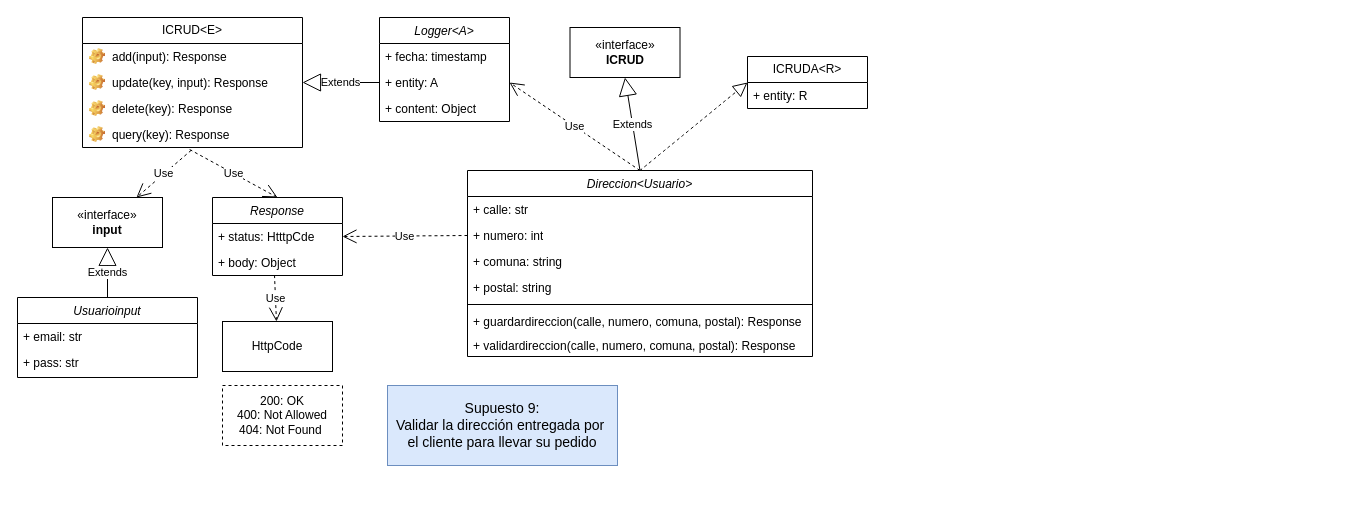
Before: Front-End_Sprint/DiagramaSupuesto9.drawio in Giggin-html/dwm4, a draw.io diagram. Source tidied: cells renumbered, new cells numbered last; positions are measured from the earlier drawing's top-left corner, leaving out a move shared by most shapes. Both pictures are drawn from the tidied source at 100%, with x=0, y=0 at pixel (17, 17).
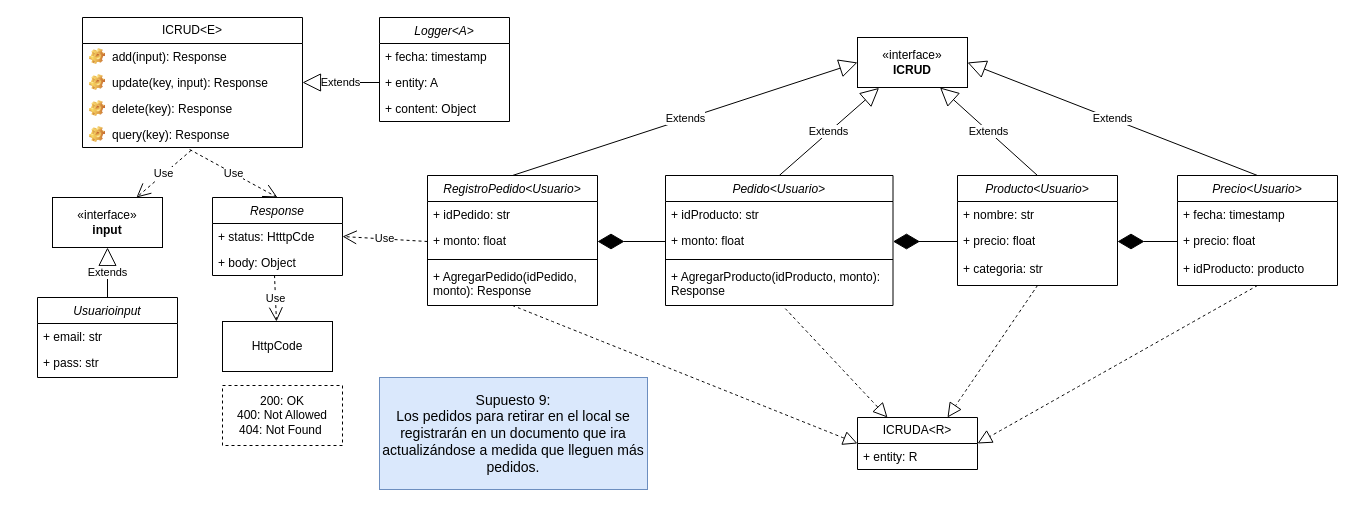
After the change.

The change refers to these unchanged cells:
```xml
<mxCell id="22" value="+ status: HtttpCde" style="text;strokeColor=none;fillColor=none;align=left;verticalAlign=top;spacingLeft=4;spacingRight=4;overflow=hidden;points=[[0,0.5],[1,0.5]];portConstraint=eastwest;whiteSpace=wrap;html=1;" parent="21" vertex="1">
  <mxGeometry y="26" width="130" height="26" as="geometry" />
</mxCell>
<mxCell id="34" value="+ entity: A" style="text;strokeColor=none;fillColor=none;align=left;verticalAlign=top;spacingLeft=4;spacingRight=4;overflow=hidden;points=[[0,0.5],[1,0.5]];portConstraint=eastwest;whiteSpace=wrap;html=1;" parent="32" vertex="1">
  <mxGeometry y="52" width="130" height="26" as="geometry" />
</mxCell>
```

The edit, as a diff of the source:
```diff
@@
-    <mxCell id="2" value="Direccion&lt;Usuario&gt;" style="swimlane;fontStyle=2;align=center;verticalAlign=top;horizontal=1;startSize=26;rounded=0;shadow=0;strokeWidth=1;" parent="1" vertex="1">
-      <mxGeometry x="450" y="153" width="345" height="186" as="geometry" />
-    </mxCell>
-    <mxCell id="3" value="+ calle: str" style="text;strokeColor=none;fillColor=none;align=left;verticalAlign=top;spacingLeft=4;spacingRight=4;overflow=hidden;whiteSpace=wrap;html=1;" parent="2" vertex="1">
-      <mxGeometry y="26" width="345" height="26" as="geometry" />
-    </mxCell>
-    <mxCell id="4" value="+ numero: int" style="text;strokeColor=none;fillColor=none;align=left;verticalAlign=top;spacingLeft=4;spacingRight=4;overflow=hidden;points=[[0,0.5],[1,0.5]];portConstraint=eastwest;whiteSpace=wrap;html=1;" parent="2" vertex="1">
-      <mxGeometry y="52" width="345" height="26" as="geometry" />
-    </mxCell>
-    <mxCell id="5" value="+ comuna: string" style="text;strokeColor=none;fillColor=none;align=left;verticalAlign=top;spacingLeft=4;spacingRight=4;overflow=hidden;whiteSpace=wrap;html=1;" parent="2" vertex="1">
-      <mxGeometry y="78" width="345" height="26" as="geometry" />
-    </mxCell>
-    <mxCell id="6" value="+ postal: string" style="text;strokeColor=none;fillColor=none;align=left;verticalAlign=top;spacingLeft=4;spacingRight=4;overflow=hidden;whiteSpace=wrap;html=1;" parent="2" vertex="1">
-      <mxGeometry y="104" width="345" height="26" as="geometry" />
-    </mxCell>
-    <mxCell id="7" style="line;html=1;strokeWidth=1;align=left;verticalAlign=middle;spacingTop=-1;spacingLeft=3;spacingRight=3;labelPosition=right;" parent="2" vertex="1">
-      <mxGeometry y="130" width="345" height="8" as="geometry" />
-    </mxCell>
-    <mxCell id="8" value="+ guardardireccion(calle, numero, comuna, postal): Response" style="text;strokeColor=none;fillColor=none;align=left;verticalAlign=top;spacingLeft=4;spacingRight=4;overflow=hidden;whiteSpace=wrap;html=1;" parent="2" vertex="1">
-      <mxGeometry y="138" width="345" height="24" as="geometry" />
-    </mxCell>
-    <mxCell id="9" value="+ validardireccion(calle, numero, comuna, postal): Response" style="text;strokeColor=none;fillColor=none;align=left;verticalAlign=top;spacingLeft=4;spacingRight=4;overflow=hidden;whiteSpace=wrap;html=1;" parent="2" vertex="1">
-      <mxGeometry y="162" width="345" height="24" as="geometry" />
-    </mxCell>
+    <mxCell id="30" value="&lt;font style=&quot;font-size: 14px;&quot;&gt;&amp;nbsp;Supuesto 9:&amp;nbsp;&lt;/font&gt;&lt;div&gt;&lt;span style=&quot;font-size: 14px;&quot;&gt;Los pedidos para retirar en el local se registrarán en un documento que ira&lt;/span&gt;&lt;br style=&quot;font-size: 14px;&quot;&gt;&lt;span style=&quot;font-size: 14px;&quot;&gt;actualizándose a medida que lleguen más pedidos.&lt;/span&gt;&lt;/div&gt;" style="html=1;whiteSpace=wrap;fillColor=#dae8fc;strokeColor=#6c8ebf;" parent="1" vertex="1">
+      <mxGeometry x="362" y="360" width="268" height="112" as="geometry" />
+    </mxCell>
@@
     <mxCell id="17" value="Usuarioinput" style="swimlane;fontStyle=2;align=center;verticalAlign=top;horizontal=1;startSize=26;rounded=0;shadow=0;strokeWidth=1;" parent="1" vertex="1">
-      <mxGeometry y="280" width="180" height="80" as="geometry" />
+      <mxGeometry x="20" y="280" width="140" height="80" as="geometry" />
     </mxCell>
     <mxCell id="18" value="+ email: str" style="text;strokeColor=none;fillColor=none;align=left;verticalAlign=top;spacingLeft=4;spacingRight=4;overflow=hidden;whiteSpace=wrap;html=1;" parent="17" vertex="1">
-      <mxGeometry y="26" width="180" height="26" as="geometry" />
+      <mxGeometry y="26" width="140" height="26" as="geometry" />
     </mxCell>
     <mxCell id="19" value="+ pass: str" style="text;strokeColor=none;fillColor=none;align=left;verticalAlign=top;spacingLeft=4;spacingRight=4;overflow=hidden;whiteSpace=wrap;html=1;" parent="17" vertex="1">
-      <mxGeometry y="52" width="180" height="26" as="geometry" />
+      <mxGeometry y="52" width="140" height="26" as="geometry" />
     </mxCell>
@@
     <mxCell id="27" value="«interface»&lt;br&gt;&lt;b&gt;ICRUD&lt;/b&gt;" style="html=1;whiteSpace=wrap;" parent="1" vertex="1">
-      <mxGeometry x="552.5" y="10" width="110" height="50" as="geometry" />
+      <mxGeometry x="840" y="20" width="110" height="50" as="geometry" />
     </mxCell>
-    <mxCell id="28" value="Extends" style="endArrow=block;endSize=16;endFill=0;html=1;rounded=0;exitX=0.5;exitY=0;exitDx=0;exitDy=0;entryX=0.5;entryY=1;entryDx=0;entryDy=0;" parent="1" edge="1" source="2" target="27">
-      <mxGeometry relative="1" as="geometry" />
-    </mxCell>
+    <mxCell id="41" value="Extends" style="endArrow=block;endSize=16;endFill=0;html=1;rounded=0;exitX=0.5;exitY=0;exitDx=0;exitDy=0;entryX=0.196;entryY=1.008;entryDx=0;entryDy=0;entryPerimeter=0;" parent="1" edge="1" source="43" target="27">
+      <mxGeometry relative="1" as="geometry" />
+    </mxCell>
-    <mxCell id="29" value="Use" style="endArrow=open;endSize=12;dashed=1;html=1;rounded=0;entryX=1;entryY=0.5;entryDx=0;entryDy=0;exitX=0;exitY=0.5;exitDx=0;exitDy=0;" parent="1" edge="1" source="4" target="22">
+    <mxCell id="29" value="Use" style="endArrow=open;endSize=12;dashed=1;html=1;rounded=0;entryX=1;entryY=0.5;entryDx=0;entryDy=0;exitX=0;exitY=0.5;exitDx=0;exitDy=0;" parent="1" edge="1" source="62" target="22">
       <mxGeometry relative="1" as="geometry" />
     </mxCell>
-    <mxCell id="30" value="&lt;font style=&quot;font-size: 14px;&quot;&gt;&amp;nbsp;Supuesto 9:&amp;nbsp;&lt;/font&gt;&lt;div&gt;&lt;font style=&quot;font-size: 14px;&quot;&gt;Validar la dirección entregada por&amp;nbsp;&lt;/font&gt;&lt;/div&gt;&lt;div&gt;&lt;font style=&quot;font-size: 14px;&quot;&gt;el cliente para llevar su pedido&lt;/font&gt;&lt;/div&gt;" style="html=1;whiteSpace=wrap;fillColor=#dae8fc;strokeColor=#6c8ebf;" parent="1" vertex="1">
-      <mxGeometry x="370" y="368" width="230" height="80" as="geometry" />
-    </mxCell>
@@
-    <mxCell id="37" value="Use" style="endArrow=open;endSize=12;dashed=1;html=1;rounded=0;entryX=1;entryY=0.5;entryDx=0;entryDy=0;exitX=0.5;exitY=0;exitDx=0;exitDy=0;" parent="1" edge="1" source="2" target="34">
-      <mxGeometry relative="1" as="geometry" />
-    </mxCell>
     <mxCell id="38" value="ICRUDA&amp;lt;R&amp;gt;" style="swimlane;fontStyle=0;horizontal=1;startSize=26;fillColor=none;whiteSpace=wrap;html=1;" parent="1" vertex="1">
-      <mxGeometry x="730" y="39" width="120" height="52" as="geometry" />
+      <mxGeometry x="840" y="400" width="120" height="52" as="geometry" />
     </mxCell>
@@
-    <mxCell id="40" style="endArrow=block;dashed=1;endFill=0;endSize=12;html=1;rounded=0;fontSize=12;curved=1;entryX=0;entryY=0.5;entryDx=0;entryDy=0;exitX=0.5;exitY=0;exitDx=0;exitDy=0;" parent="1" edge="1" source="2" target="38">
-      <mxGeometry relative="1" as="geometry" />
-    </mxCell>
+    <mxCell id="42" style="endArrow=block;dashed=1;endFill=0;endSize=12;html=1;rounded=0;fontSize=12;curved=1;entryX=0.25;entryY=0;entryDx=0;entryDy=0;exitX=0.527;exitY=1.076;exitDx=0;exitDy=0;exitPerimeter=0;" parent="1" edge="1" source="47" target="38">
+      <mxGeometry relative="1" as="geometry" />
+    </mxCell>
+    <mxCell id="43" value="Pedido&lt;Usuario&gt;" style="swimlane;fontStyle=2;align=center;verticalAlign=top;horizontal=1;startSize=26;rounded=0;shadow=0;strokeWidth=1;" parent="1" vertex="1">
+      <mxGeometry x="648" y="158" width="227.5" height="130" as="geometry" />
+    </mxCell>
+    <mxCell id="44" value="+ idProducto: str" style="text;strokeColor=none;fillColor=none;align=left;verticalAlign=top;spacingLeft=4;spacingRight=4;overflow=hidden;whiteSpace=wrap;html=1;" parent="43" vertex="1">
+      <mxGeometry y="26" width="227.5" height="26" as="geometry" />
+    </mxCell>
+    <mxCell id="45" value="+ monto: float" style="text;strokeColor=none;fillColor=none;align=left;verticalAlign=top;spacingLeft=4;spacingRight=4;overflow=hidden;points=[[0,0.5],[1,0.5]];portConstraint=eastwest;whiteSpace=wrap;html=1;" parent="43" vertex="1">
+      <mxGeometry y="52" width="227.5" height="28" as="geometry" />
+    </mxCell>
+    <mxCell id="46" style="line;html=1;strokeWidth=1;align=left;verticalAlign=middle;spacingTop=-1;spacingLeft=3;spacingRight=3;labelPosition=right;" parent="43" vertex="1">
+      <mxGeometry y="80" width="227.5" height="8" as="geometry" />
+    </mxCell>
+    <mxCell id="47" value="+ AgregarProducto(idProducto, monto): Response" style="text;strokeColor=none;fillColor=none;align=left;verticalAlign=top;spacingLeft=4;spacingRight=4;overflow=hidden;points=[[0,0.5],[1,0.5]];portConstraint=eastwest;whiteSpace=wrap;html=1;" parent="43" vertex="1">
+      <mxGeometry y="88" width="227.5" height="42" as="geometry" />
+    </mxCell>
+    <mxCell id="48" value="Producto&lt;Usuario&gt;" style="swimlane;fontStyle=2;align=center;verticalAlign=top;horizontal=1;startSize=26;rounded=0;shadow=0;strokeWidth=1;" parent="1" vertex="1">
+      <mxGeometry x="940" y="158" width="160" height="110" as="geometry" />
+    </mxCell>
+    <mxCell id="49" value="+ nombre: str" style="text;strokeColor=none;fillColor=none;align=left;verticalAlign=top;spacingLeft=4;spacingRight=4;overflow=hidden;whiteSpace=wrap;html=1;" parent="48" vertex="1">
+      <mxGeometry y="26" width="160" height="26" as="geometry" />
+    </mxCell>
+    <mxCell id="50" value="+ precio: float" style="text;strokeColor=none;fillColor=none;align=left;verticalAlign=top;spacingLeft=4;spacingRight=4;overflow=hidden;points=[[0,0.5],[1,0.5]];portConstraint=eastwest;whiteSpace=wrap;html=1;" parent="48" vertex="1">
+      <mxGeometry y="52" width="160" height="28" as="geometry" />
+    </mxCell>
+    <mxCell id="51" value="+ categoria: str" style="text;strokeColor=none;fillColor=none;align=left;verticalAlign=top;spacingLeft=4;spacingRight=4;overflow=hidden;whiteSpace=wrap;html=1;" parent="48" vertex="1">
+      <mxGeometry y="80" width="160" height="26" as="geometry" />
+    </mxCell>
+    <mxCell id="52" value="Precio&lt;Usuario&gt;" style="swimlane;fontStyle=2;align=center;verticalAlign=top;horizontal=1;startSize=26;rounded=0;shadow=0;strokeWidth=1;" parent="1" vertex="1">
+      <mxGeometry x="1160" y="158" width="160" height="110" as="geometry" />
+    </mxCell>
+    <mxCell id="53" value="+ fecha: timestamp" style="text;strokeColor=none;fillColor=none;align=left;verticalAlign=top;spacingLeft=4;spacingRight=4;overflow=hidden;whiteSpace=wrap;html=1;" parent="52" vertex="1">
+      <mxGeometry y="26" width="160" height="26" as="geometry" />
+    </mxCell>
+    <mxCell id="54" value="+ precio: float" style="text;strokeColor=none;fillColor=none;align=left;verticalAlign=top;spacingLeft=4;spacingRight=4;overflow=hidden;points=[[0,0.5],[1,0.5]];portConstraint=eastwest;whiteSpace=wrap;html=1;" parent="52" vertex="1">
+      <mxGeometry y="52" width="160" height="28" as="geometry" />
+    </mxCell>
+    <mxCell id="55" value="+ idProducto: producto" style="text;strokeColor=none;fillColor=none;align=left;verticalAlign=top;spacingLeft=4;spacingRight=4;overflow=hidden;whiteSpace=wrap;html=1;" parent="52" vertex="1">
+      <mxGeometry y="80" width="160" height="26" as="geometry" />
+    </mxCell>
+    <mxCell id="56" style="endArrow=diamondThin;endFill=1;endSize=24;html=1;rounded=0;entryX=1;entryY=0.5;entryDx=0;entryDy=0;exitX=0;exitY=0.5;exitDx=0;exitDy=0;" parent="1" edge="1" source="50" target="45">
+      <mxGeometry relative="1" as="geometry" />
+    </mxCell>
+    <mxCell id="57" style="endArrow=diamondThin;endFill=1;endSize=24;html=1;rounded=0;entryX=1;entryY=0.5;entryDx=0;entryDy=0;exitX=0;exitY=0.5;exitDx=0;exitDy=0;" parent="1" edge="1" source="54" target="50">
+      <mxGeometry relative="1" as="geometry" />
+    </mxCell>
+    <mxCell id="58" style="endArrow=block;dashed=1;endFill=0;endSize=12;html=1;rounded=0;fontSize=12;curved=1;entryX=0.75;entryY=0;entryDx=0;entryDy=0;exitX=0.5;exitY=1;exitDx=0;exitDy=0;" parent="1" edge="1" source="48" target="38">
+      <mxGeometry relative="1" as="geometry" />
+    </mxCell>
+    <mxCell id="59" style="endArrow=block;dashed=1;endFill=0;endSize=12;html=1;rounded=0;fontSize=12;curved=1;entryX=1;entryY=0.5;entryDx=0;entryDy=0;exitX=0.5;exitY=1;exitDx=0;exitDy=0;" parent="1" edge="1" source="52" target="38">
+      <mxGeometry relative="1" as="geometry" />
+    </mxCell>
+    <mxCell id="60" value="RegistroPedido&lt;Usuario&gt;" style="swimlane;fontStyle=2;align=center;verticalAlign=top;horizontal=1;startSize=26;rounded=0;shadow=0;strokeWidth=1;" parent="1" vertex="1">
+      <mxGeometry x="410" y="158" width="170" height="130" as="geometry" />
+    </mxCell>
+    <mxCell id="61" value="+ idPedido: str" style="text;strokeColor=none;fillColor=none;align=left;verticalAlign=top;spacingLeft=4;spacingRight=4;overflow=hidden;whiteSpace=wrap;html=1;" parent="60" vertex="1">
+      <mxGeometry y="26" width="170" height="26" as="geometry" />
+    </mxCell>
+    <mxCell id="62" value="+ monto: float" style="text;strokeColor=none;fillColor=none;align=left;verticalAlign=top;spacingLeft=4;spacingRight=4;overflow=hidden;points=[[0,0.5],[1,0.5]];portConstraint=eastwest;whiteSpace=wrap;html=1;" parent="60" vertex="1">
+      <mxGeometry y="52" width="170" height="28" as="geometry" />
+    </mxCell>
+    <mxCell id="63" style="line;html=1;strokeWidth=1;align=left;verticalAlign=middle;spacingTop=-1;spacingLeft=3;spacingRight=3;labelPosition=right;" parent="60" vertex="1">
+      <mxGeometry y="80" width="170" height="8" as="geometry" />
+    </mxCell>
+    <mxCell id="64" value="+ AgregarPedido(idPedido, monto): Response" style="text;strokeColor=none;fillColor=none;align=left;verticalAlign=top;spacingLeft=4;spacingRight=4;overflow=hidden;whiteSpace=wrap;html=1;" parent="60" vertex="1">
+      <mxGeometry y="88" width="170" height="42" as="geometry" />
+    </mxCell>
+    <mxCell id="65" style="endArrow=diamondThin;endFill=1;endSize=24;html=1;rounded=0;exitX=0;exitY=0.5;exitDx=0;exitDy=0;entryX=1;entryY=0.5;entryDx=0;entryDy=0;" parent="1" edge="1" source="45" target="62">
+      <mxGeometry relative="1" as="geometry" />
+    </mxCell>
+    <mxCell id="66" value="Extends" style="endArrow=block;endSize=16;endFill=0;html=1;rounded=0;exitX=0.5;exitY=0;exitDx=0;exitDy=0;entryX=0;entryY=0.5;entryDx=0;entryDy=0;" parent="1" edge="1" source="60" target="27">
+      <mxGeometry relative="1" as="geometry" />
+    </mxCell>
+    <mxCell id="67" value="Extends" style="endArrow=block;endSize=16;endFill=0;html=1;rounded=0;exitX=0.5;exitY=0;exitDx=0;exitDy=0;entryX=0.75;entryY=1;entryDx=0;entryDy=0;" parent="1" edge="1" source="48" target="27">
+      <mxGeometry relative="1" as="geometry" />
+    </mxCell>
+    <mxCell id="68" value="Extends" style="endArrow=block;endSize=16;endFill=0;html=1;rounded=0;exitX=0.5;exitY=0;exitDx=0;exitDy=0;entryX=1;entryY=0.5;entryDx=0;entryDy=0;" parent="1" edge="1" source="52" target="27">
+      <mxGeometry relative="1" as="geometry" />
+    </mxCell>
+    <mxCell id="69" style="endArrow=block;dashed=1;endFill=0;endSize=12;html=1;rounded=0;fontSize=12;curved=1;entryX=0;entryY=0.5;entryDx=0;entryDy=0;exitX=0.5;exitY=1;exitDx=0;exitDy=0;" parent="1" edge="1" source="60" target="38">
+      <mxGeometry relative="1" as="geometry" />
+    </mxCell>
```
